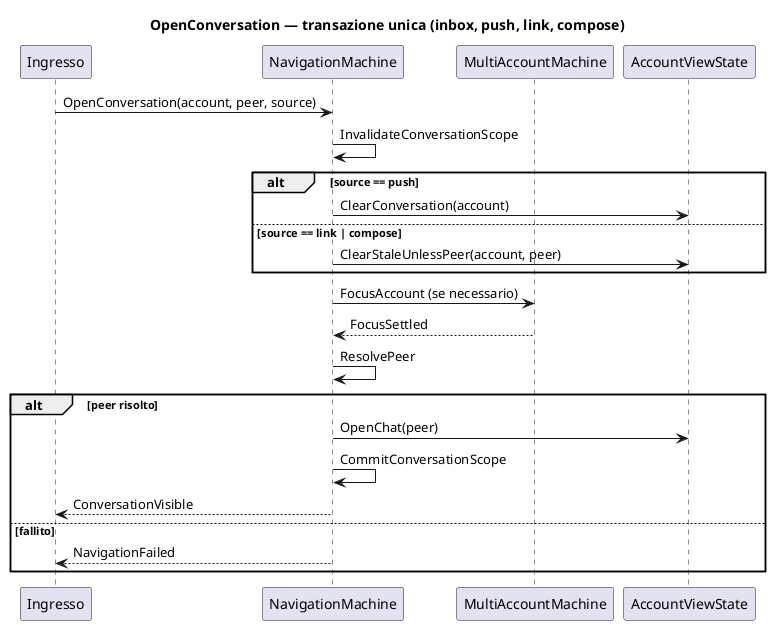
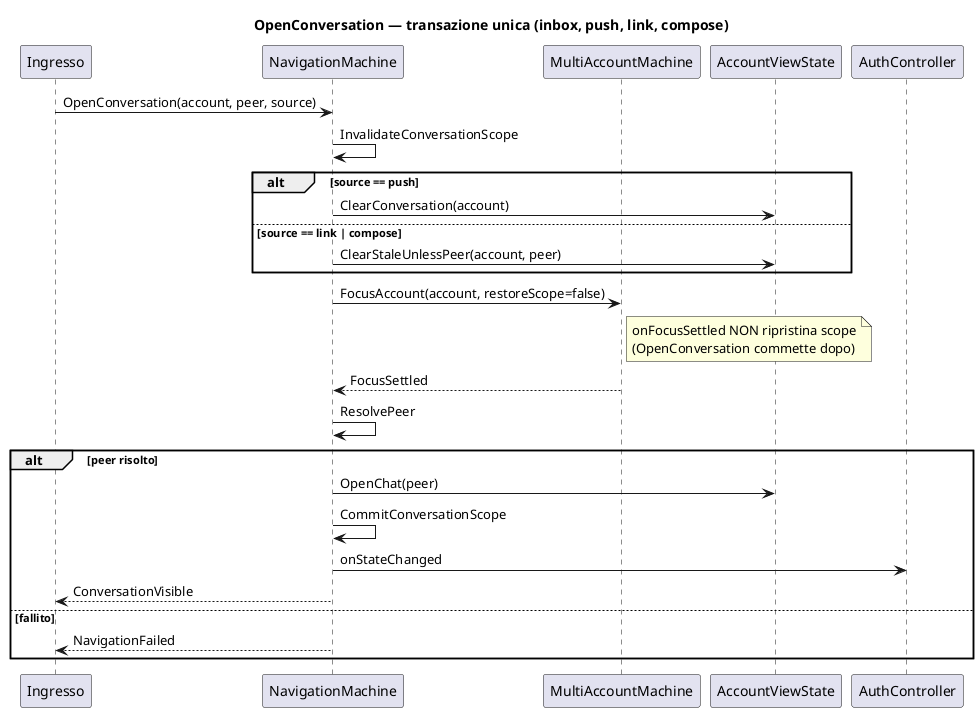
@startuml seq-open-conversation-unified
' Context: navigation
' Profile: client
' Revision: 2026-07-19

title OpenConversation — transazione unica (inbox, push, link, compose)

participant "Ingresso" as In
participant "NavigationMachine" as Nav
participant "MultiAccountMachine" as MAM
participant "AccountViewState" as VS
+ participant "AuthController" as Auth

In -> Nav : OpenConversation(account, peer, source)
Nav -> Nav : InvalidateConversationScope
alt source == push
  Nav -> VS : ClearConversation(account)
else source == link | compose
  Nav -> VS : ClearStaleUnlessPeer(account, peer)
end
- Nav -> MAM : FocusAccount (se necessario)
+ Nav -> MAM : FocusAccount(account, restoreScope=false)
+ note right of MAM : onFocusSettled NON ripristina scope\n(OpenConversation commette dopo)
MAM --> Nav : FocusSettled
Nav -> Nav : ResolvePeer
alt peer risolto
  Nav -> VS : OpenChat(peer)
  Nav -> Nav : CommitConversationScope
+   Nav -> Auth : onStateChanged
  Nav --> In : ConversationVisible
else fallito
  Nav --> In : NavigationFailed
end

@enduml
